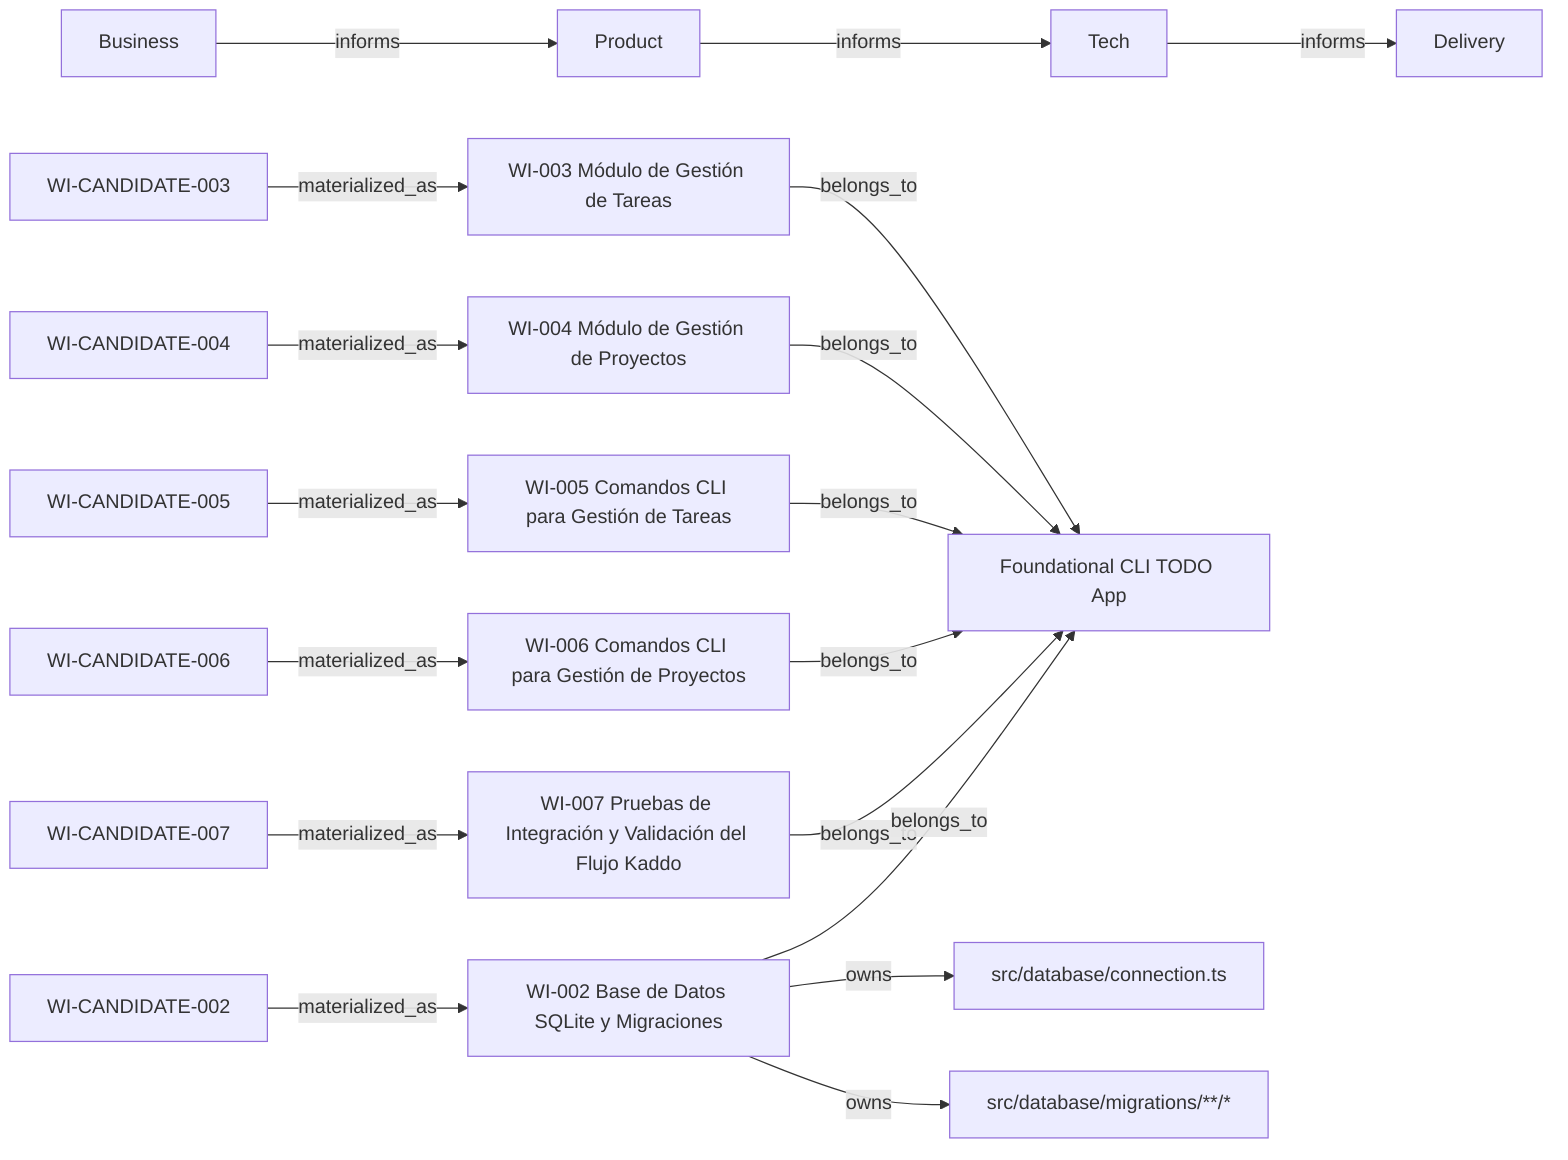
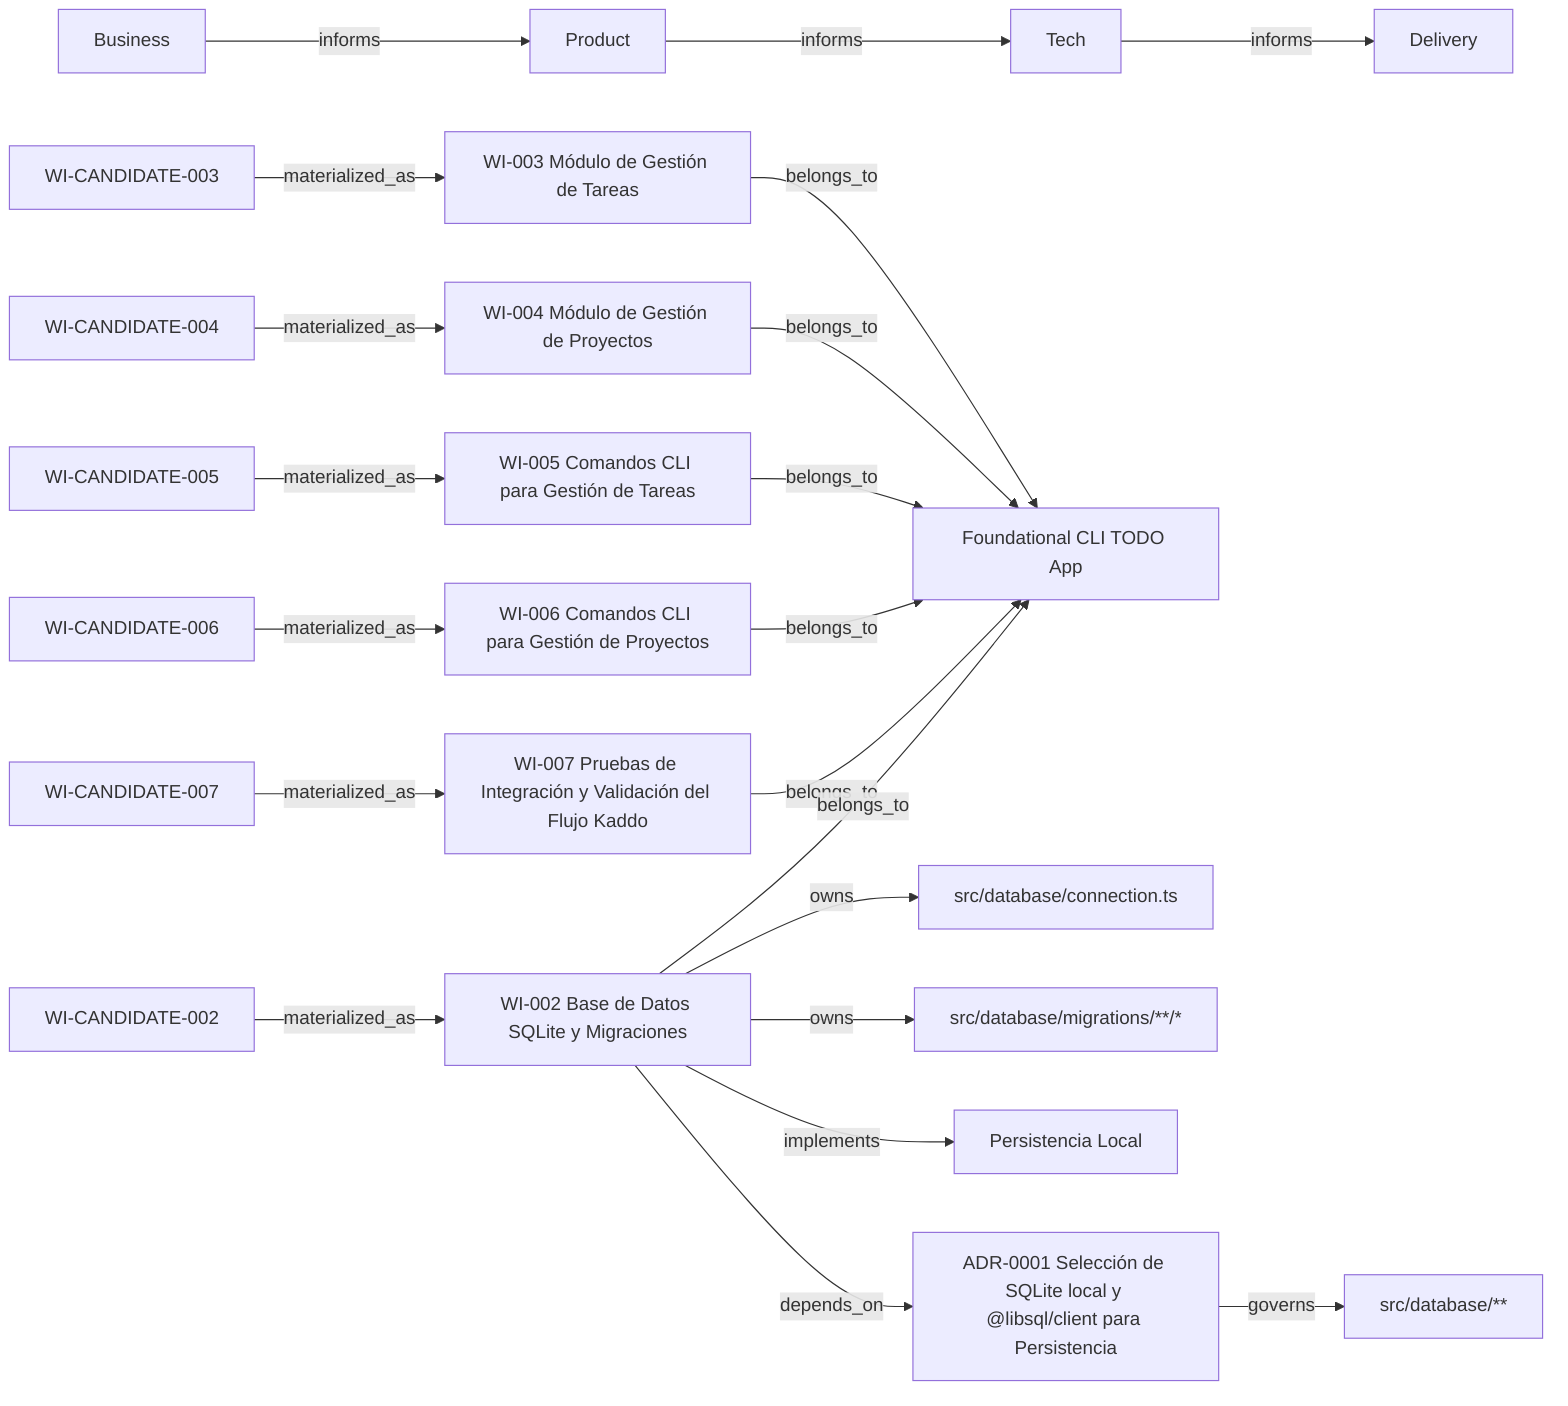
flowchart LR
  business_business["Business"]
  product_product["Product"]
  tech_tech["Tech"]
  delivery_delivery["Delivery"]
  wi_WI_003["WI-003 Módulo de Gestión de Tareas"]
  initiative_foundational_cli_todo_app["Foundational CLI TODO App"]
  candidate_WI_CANDIDATE_003["WI-CANDIDATE-003"]
  wi_WI_004["WI-004 Módulo de Gestión de Proyectos"]
  candidate_WI_CANDIDATE_004["WI-CANDIDATE-004"]
  wi_WI_005["WI-005 Comandos CLI para Gestión de Tareas"]
  candidate_WI_CANDIDATE_005["WI-CANDIDATE-005"]
  wi_WI_006["WI-006 Comandos CLI para Gestión de Proyectos"]
  candidate_WI_CANDIDATE_006["WI-CANDIDATE-006"]
  wi_WI_007["WI-007 Pruebas de Integración y Validación del Flujo Kaddo"]
  candidate_WI_CANDIDATE_007["WI-CANDIDATE-007"]
  wi_WI_002["WI-002 Base de Datos SQLite y Migraciones"]
  code_src_database_connection_ts["src/database/connection.ts"]
  code_src_database_migrations["src/database/migrations/**/*"]
+   capability_persistencia_local["Persistencia Local"]
+   adr_ADR_0001["ADR-0001 Selección de SQLite local y @libsql/client para Persistencia"]
  candidate_WI_CANDIDATE_002["WI-CANDIDATE-002"]
+   code_src_database["src/database/**"]

  business_business -->|informs| product_product
  product_product -->|informs| tech_tech
  tech_tech -->|informs| delivery_delivery
  wi_WI_003 -->|belongs_to| initiative_foundational_cli_todo_app
  candidate_WI_CANDIDATE_003 -->|materialized_as| wi_WI_003
  wi_WI_004 -->|belongs_to| initiative_foundational_cli_todo_app
  candidate_WI_CANDIDATE_004 -->|materialized_as| wi_WI_004
  wi_WI_005 -->|belongs_to| initiative_foundational_cli_todo_app
  candidate_WI_CANDIDATE_005 -->|materialized_as| wi_WI_005
  wi_WI_006 -->|belongs_to| initiative_foundational_cli_todo_app
  candidate_WI_CANDIDATE_006 -->|materialized_as| wi_WI_006
  wi_WI_007 -->|belongs_to| initiative_foundational_cli_todo_app
  candidate_WI_CANDIDATE_007 -->|materialized_as| wi_WI_007
  wi_WI_002 -->|owns| code_src_database_connection_ts
  wi_WI_002 -->|owns| code_src_database_migrations
+   wi_WI_002 -->|implements| capability_persistencia_local
+   wi_WI_002 -->|depends_on| adr_ADR_0001
  wi_WI_002 -->|belongs_to| initiative_foundational_cli_todo_app
  candidate_WI_CANDIDATE_002 -->|materialized_as| wi_WI_002
+   adr_ADR_0001 -->|governs| code_src_database
